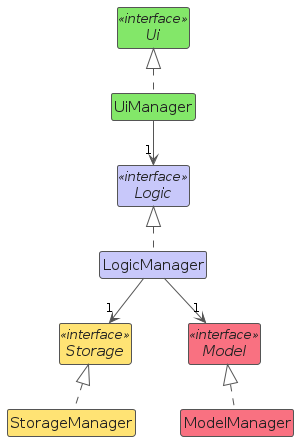
The PlantUML diagram diagrams/ComponentInterfaces.png in AY2627S1-CS2103T-T16-1/tp, before a commit. Its source is kept beside it as diagrams/ComponentInterfaces.puml. Its diagram source:
```plantuml
@startuml
!include style.puml
skinparam classFontColor #222222
skinparam classStereotypeFontColor #222222
skinparam classBorderColor #555555
skinparam arrowColor #555555
skinparam ArrowFontStyle plain
skinparam nodesep 45
skinparam ranksep 45

interface Ui <<interface>> UI_COLOR_T1
class UiManager UI_COLOR_T1
interface Logic <<interface>> LOGIC_COLOR_T1
class LogicManager LOGIC_COLOR_T1
interface Model <<interface>> MODEL_COLOR_T1
class ModelManager MODEL_COLOR_T1
interface Storage <<interface>> STORAGE_COLOR_T1
class StorageManager STORAGE_COLOR_T1

UiManager .up.|> Ui
LogicManager .up.|> Logic
ModelManager .up.|> Model
StorageManager .up.|> Storage
UiManager --> "1" Logic
LogicManager --> "1" Model
LogicManager --> "1" Storage
@enduml
```
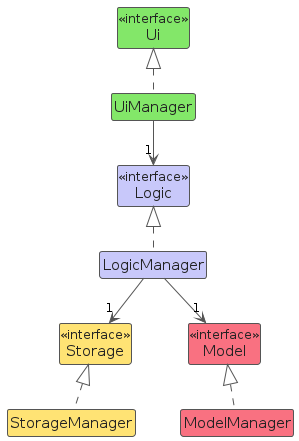
Above is the later version.

The edit, as a diff of the source:
```diff
@@ -8,13 +8,13 @@
 skinparam nodesep 45
 skinparam ranksep 45
 
-interface Ui <<interface>> UI_COLOR_T1
+class Ui <<interface>> UI_COLOR_T1
 class UiManager UI_COLOR_T1
-interface Logic <<interface>> LOGIC_COLOR_T1
+class Logic <<interface>> LOGIC_COLOR_T1
 class LogicManager LOGIC_COLOR_T1
-interface Model <<interface>> MODEL_COLOR_T1
+class Model <<interface>> MODEL_COLOR_T1
 class ModelManager MODEL_COLOR_T1
-interface Storage <<interface>> STORAGE_COLOR_T1
+class Storage <<interface>> STORAGE_COLOR_T1
 class StorageManager STORAGE_COLOR_T1
 
 UiManager .up.|> Ui
```
